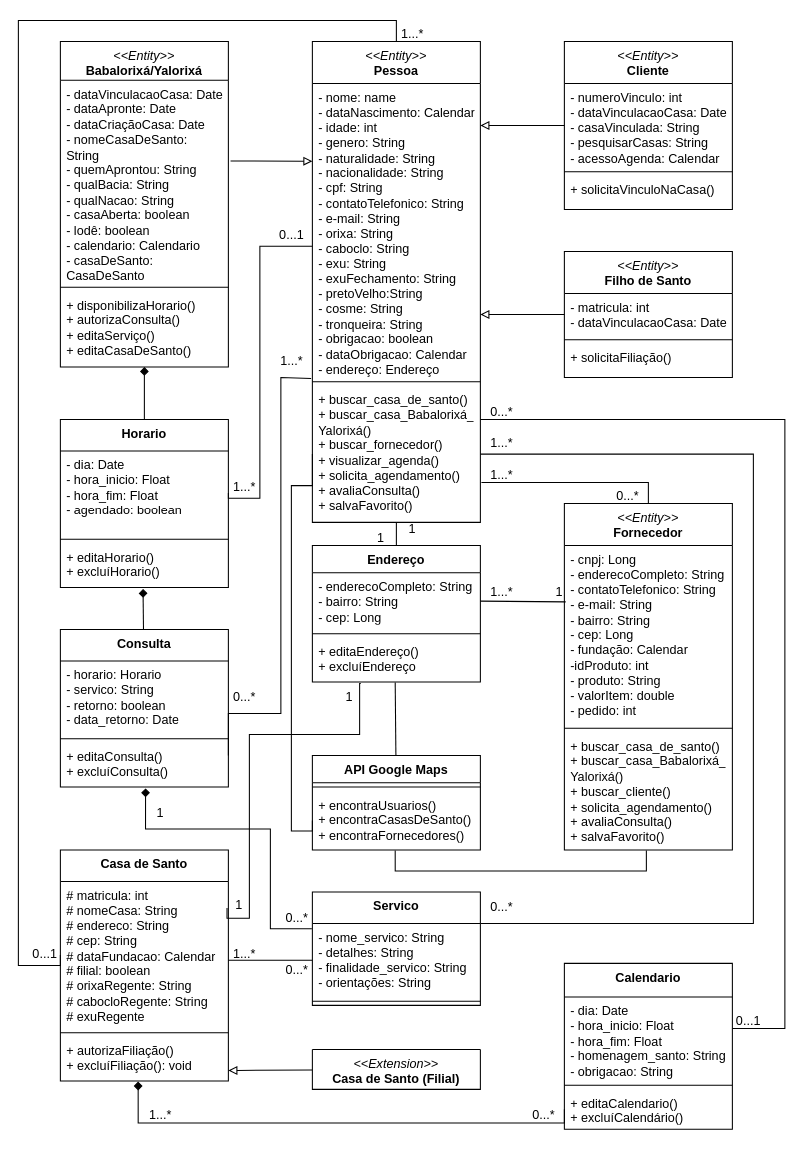
The draw.io diagram Diagrama sem nome.drawio in AlexCarvalhovisk/sarava, before the edit. Source tidied: cells renumbered, new cells numbered last; positions are measured from the earlier drawing's top-left corner, leaving out a move shared by most shapes. Both pictures are drawn from the tidied source at 105%, with x=0, y=0 at pixel (18, 18).
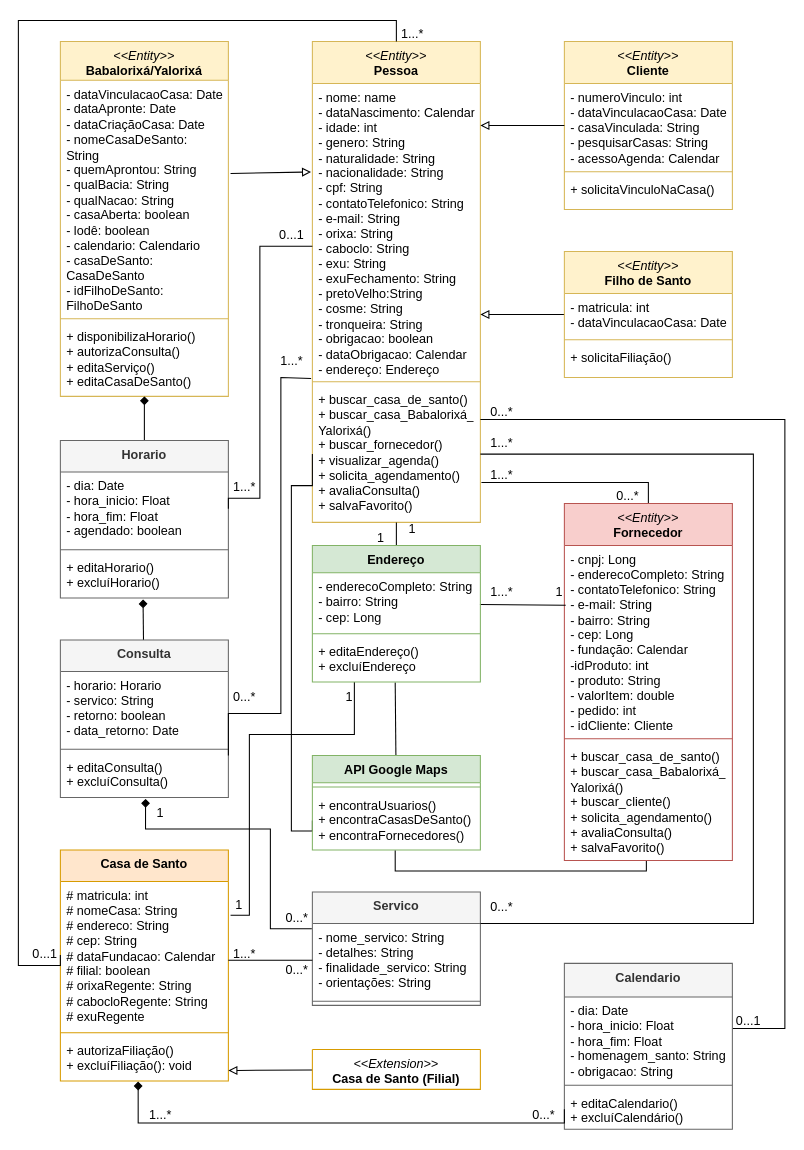
Above is the later version.

Unchanged cells that the change refers to:
```xml
<mxCell id="3" value="- nome: name&lt;br&gt;- dataNascimento: Calendar&lt;br&gt;- idade: int&lt;br&gt;- genero: String&lt;br&gt;- naturalidade: String&lt;br&gt;- nacionalidade: String&lt;br&gt;- cpf: String&lt;br&gt;- contatoTelefonico: String&lt;br&gt;- e-mail: String&lt;br&gt;- orixa: String&lt;br style=&quot;border-color: var(--border-color);&quot;&gt;- caboclo: String&lt;br style=&quot;border-color: var(--border-color);&quot;&gt;- exu: String&lt;br&gt;- exuFechamento: String&lt;br&gt;- pretoVelho:String&lt;br&gt;- cosme: String&lt;br&gt;- tronqueira: String&lt;br&gt;- obrigacao: boolean&lt;br&gt;- dataObrigacao: Calendar&lt;br&gt;- endereço: Endereço" style="text;strokeColor=none;fillColor=none;align=left;verticalAlign=top;spacingLeft=4;spacingRight=4;overflow=hidden;points=[[0,0.5],[1,0.5]];portConstraint=eastwest;whiteSpace=wrap;html=1;" parent="2" vertex="1">
  <mxGeometry y="40" width="160" height="280" as="geometry" />
</mxCell>
<mxCell id="26" value="# matricula: int&lt;br&gt;# nomeCasa: String&lt;br&gt;# endereco: String&lt;br&gt;# cep: String&lt;br&gt;# dataFundacao: Calendar&lt;br&gt;# filial: boolean&lt;br&gt;# orixaRegente: String&lt;br&gt;# cabocloRegente: String&lt;br&gt;# exuRegente" style="text;strokeColor=none;fillColor=none;align=left;verticalAlign=top;spacingLeft=4;spacingRight=4;overflow=hidden;points=[[0,0.5],[1,0.5]];portConstraint=eastwest;whiteSpace=wrap;html=1;" parent="25" vertex="1">
  <mxGeometry y="30" width="160" height="140" as="geometry" />
</mxCell>
<mxCell id="66" value="- enderecoCompleto: String&lt;br&gt;- bairro: String&lt;br&gt;- cep: Long" style="text;strokeColor=none;fillColor=none;align=left;verticalAlign=top;spacingLeft=4;spacingRight=4;overflow=hidden;points=[[0,0.5],[1,0.5]];portConstraint=eastwest;whiteSpace=wrap;html=1;" parent="65" vertex="1">
  <mxGeometry y="26" width="160" height="54" as="geometry" />
</mxCell>
<mxCell id="68" value="+ editaEndereço()&lt;br&gt;+ excluíEndereço" style="text;strokeColor=none;fillColor=none;align=left;verticalAlign=top;spacingLeft=4;spacingRight=4;overflow=hidden;points=[[0,0.5],[1,0.5]];portConstraint=eastwest;whiteSpace=wrap;html=1;" parent="65" vertex="1">
  <mxGeometry y="88" width="160" height="42" as="geometry" />
</mxCell>
<mxCell id="70" value="1...*" style="text;html=1;align=center;verticalAlign=middle;points=[];strokeColor=none;fillColor=none;" parent="1" vertex="1">
  <mxGeometry x="440" y="532" width="40" height="30" as="geometry" />
</mxCell>
```

Change to the diagram source:
```diff
@@
-    <mxCell id="2" value="&lt;i style=&quot;border-color: var(--border-color); font-weight: 400;&quot;&gt;&amp;lt;&amp;lt;Entity&amp;gt;&amp;gt;&lt;/i&gt;&lt;br&gt;Pessoa" style="swimlane;fontStyle=1;align=center;verticalAlign=top;horizontal=1;startSize=40;whiteSpace=wrap;html=1;" parent="1" vertex="1">
+    <mxCell id="2" value="&lt;i style=&quot;border-color: var(--border-color); font-weight: 400;&quot;&gt;&amp;lt;&amp;lt;Entity&amp;gt;&amp;gt;&lt;/i&gt;&lt;br&gt;Pessoa" style="swimlane;fontStyle=1;align=center;verticalAlign=top;horizontal=1;startSize=40;whiteSpace=wrap;html=1;fillColor=#fff2cc;strokeColor=#d6b656;" parent="1" vertex="1">
       <mxGeometry x="280" y="22" width="160" height="458" as="geometry" />
     </mxCell>
@@
-    <mxCell id="7" value="&lt;i style=&quot;border-color: var(--border-color); font-weight: 400;&quot;&gt;&amp;lt;&amp;lt;Entity&amp;gt;&amp;gt;&lt;/i&gt;&lt;br&gt;Filho de Santo" style="swimlane;fontStyle=1;align=center;verticalAlign=top;horizontal=1;startSize=40;whiteSpace=wrap;html=1;" parent="1" vertex="1">
+    <mxCell id="7" value="&lt;i style=&quot;border-color: var(--border-color); font-weight: 400;&quot;&gt;&amp;lt;&amp;lt;Entity&amp;gt;&amp;gt;&lt;/i&gt;&lt;br&gt;Filho de Santo" style="swimlane;fontStyle=1;align=center;verticalAlign=top;horizontal=1;startSize=40;whiteSpace=wrap;html=1;fillColor=#fff2cc;strokeColor=#d6b656;" parent="1" vertex="1">
       <mxGeometry x="520" y="222" width="160" height="120" as="geometry" />
     </mxCell>
@@
-    <mxCell id="11" value="&lt;i style=&quot;border-color: var(--border-color); font-weight: 400;&quot;&gt;&amp;lt;&amp;lt;Entity&amp;gt;&amp;gt;&lt;/i&gt;&lt;br&gt;Cliente" style="swimlane;fontStyle=1;align=center;verticalAlign=top;horizontal=1;startSize=40;whiteSpace=wrap;html=1;" parent="1" vertex="1">
+    <mxCell id="11" value="&lt;i style=&quot;border-color: var(--border-color); font-weight: 400;&quot;&gt;&amp;lt;&amp;lt;Entity&amp;gt;&amp;gt;&lt;/i&gt;&lt;br&gt;Cliente" style="swimlane;fontStyle=1;align=center;verticalAlign=top;horizontal=1;startSize=40;whiteSpace=wrap;html=1;fillColor=#fff2cc;strokeColor=#d6b656;" parent="1" vertex="1">
       <mxGeometry x="520" y="22" width="160" height="160" as="geometry" />
     </mxCell>
@@
-    <mxCell id="16" value="&lt;i style=&quot;border-color: var(--border-color); font-weight: 400;&quot;&gt;&amp;lt;&amp;lt;Entity&amp;gt;&amp;gt;&lt;/i&gt;&lt;br&gt;Fornecedor" style="swimlane;fontStyle=1;align=center;verticalAlign=top;horizontal=1;startSize=40;whiteSpace=wrap;html=1;" parent="1" vertex="1">
-      <mxGeometry x="520" y="462" width="160" height="330" as="geometry" />
+    <mxCell id="16" value="&lt;i style=&quot;border-color: var(--border-color); font-weight: 400;&quot;&gt;&amp;lt;&amp;lt;Entity&amp;gt;&amp;gt;&lt;/i&gt;&lt;br&gt;Fornecedor" style="swimlane;fontStyle=1;align=center;verticalAlign=top;horizontal=1;startSize=40;whiteSpace=wrap;html=1;fillColor=#f8cecc;strokeColor=#b85450;" parent="1" vertex="1">
+      <mxGeometry x="520" y="462" width="160" height="340" as="geometry" />
     </mxCell>
-    <mxCell id="17" value="- cnpj: Long&lt;br&gt;- enderecoCompleto: String&lt;br&gt;- contatoTelefonico: String&lt;br&gt;- e-mail: String&lt;br&gt;- bairro: String&lt;br style=&quot;border-color: var(--border-color);&quot;&gt;- cep: Long&lt;br&gt;- fundação: Calendar&lt;br&gt;-idProduto: int&lt;br&gt;- produto: String&lt;br&gt;- valorItem: double&lt;br&gt;- pedido: int" style="text;strokeColor=none;fillColor=none;align=left;verticalAlign=top;spacingLeft=4;spacingRight=4;overflow=hidden;points=[[0,0.5],[1,0.5]];portConstraint=eastwest;whiteSpace=wrap;html=1;" parent="16" vertex="1">
-      <mxGeometry y="40" width="160" height="170" as="geometry" />
+    <mxCell id="17" value="- cnpj: Long&lt;br&gt;- enderecoCompleto: String&lt;br&gt;- contatoTelefonico: String&lt;br&gt;- e-mail: String&lt;br&gt;- bairro: String&lt;br style=&quot;border-color: var(--border-color);&quot;&gt;- cep: Long&lt;br&gt;- fundação: Calendar&lt;br&gt;-idProduto: int&lt;br&gt;- produto: String&lt;br&gt;- valorItem: double&lt;br&gt;- pedido: int&lt;br&gt;- idCliente: Cliente" style="text;strokeColor=none;fillColor=none;align=left;verticalAlign=top;spacingLeft=4;spacingRight=4;overflow=hidden;points=[[0,0.5],[1,0.5]];portConstraint=eastwest;whiteSpace=wrap;html=1;" parent="16" vertex="1">
+      <mxGeometry y="40" width="160" height="180" as="geometry" />
     </mxCell>
     <mxCell id="18" style="line;strokeWidth=1;fillColor=none;align=left;verticalAlign=middle;spacingTop=-1;spacingLeft=3;spacingRight=3;labelPosition=right;strokeColor=inherit;" parent="16" vertex="1">
-      <mxGeometry y="210" width="160" height="8" as="geometry" />
+      <mxGeometry y="220" width="160" height="8" as="geometry" />
     </mxCell>
     <mxCell id="19" value="+ buscar_casa_de_santo()&lt;br&gt;+ buscar_casa_Babalorixá_&lt;br&gt;Yalorixá()&lt;br&gt;+ buscar_cliente()&lt;br&gt;+ solicita_agendamento()&lt;br&gt;+ avaliaConsulta()&lt;br&gt;+ salvaFavorito()" style="text;strokeColor=none;fillColor=none;align=left;verticalAlign=top;spacingLeft=4;spacingRight=4;overflow=hidden;points=[[0,0.5],[1,0.5]];portConstraint=eastwest;whiteSpace=wrap;html=1;" parent="16" vertex="1">
-      <mxGeometry y="218" width="160" height="112" as="geometry" />
+      <mxGeometry y="228" width="160" height="112" as="geometry" />
     </mxCell>
-    <mxCell id="20" style="rounded=0;jettySize=auto;html=1;endArrow=block;endFill=0;exitX=1.013;exitY=0.398;exitDx=0;exitDy=0;exitPerimeter=0;" parent="1" edge="1" source="22">
-      <mxGeometry relative="1" as="geometry">
-        <mxPoint x="280" y="136" as="targetPoint" />
-      </mxGeometry>
+    <mxCell id="20" style="rounded=0;jettySize=auto;html=1;endArrow=block;endFill=0;exitX=1.013;exitY=0.398;exitDx=0;exitDy=0;exitPerimeter=0;entryX=-0.008;entryY=0.301;entryDx=0;entryDy=0;entryPerimeter=0;" parent="1" edge="1" source="22" target="3">
+      <mxGeometry relative="1" as="geometry" />
     </mxCell>
-    <mxCell id="21" value="&lt;i style=&quot;font-weight: normal;&quot;&gt;&amp;lt;&amp;lt;Entity&amp;gt;&amp;gt;&lt;br&gt;&lt;/i&gt;Babalorixá/Yalorixá" style="swimlane;fontStyle=1;align=center;verticalAlign=top;horizontal=1;startSize=37;whiteSpace=wrap;html=1;" parent="1" vertex="1">
-      <mxGeometry x="40" y="22" width="160" height="310" as="geometry" />
+    <mxCell id="21" value="&lt;i style=&quot;font-weight: normal;&quot;&gt;&amp;lt;&amp;lt;Entity&amp;gt;&amp;gt;&lt;br&gt;&lt;/i&gt;Babalorixá/Yalorixá" style="swimlane;fontStyle=1;align=center;verticalAlign=top;horizontal=1;startSize=37;whiteSpace=wrap;html=1;fillColor=#fff2cc;strokeColor=#d6b656;" parent="1" vertex="1">
+      <mxGeometry x="40" y="22" width="160" height="338" as="geometry" />
     </mxCell>
-    <mxCell id="22" value="- dataVinculacaoCasa: Date&lt;br style=&quot;border-color: var(--border-color);&quot;&gt;- dataApronte: Date&lt;br&gt;- dataCriaçãoCasa: Date&lt;br&gt;- nomeCasaDeSanto: String&lt;br&gt;- quemAprontou: String&lt;br&gt;- qualBacia: String&lt;br&gt;- qualNacao: String&lt;br&gt;- casaAberta: boolean&lt;br&gt;- lodê: boolean&lt;br&gt;- calendario: Calendario&lt;br&gt;- casaDeSanto: CasaDeSanto" style="text;strokeColor=none;fillColor=none;align=left;verticalAlign=top;spacingLeft=4;spacingRight=4;overflow=hidden;points=[[0,0.5],[1,0.5]];portConstraint=eastwest;whiteSpace=wrap;html=1;" parent="21" vertex="1">
-      <mxGeometry y="37" width="160" height="193" as="geometry" />
+    <mxCell id="22" value="- dataVinculacaoCasa: Date&lt;br style=&quot;border-color: var(--border-color);&quot;&gt;- dataApronte: Date&lt;br&gt;- dataCriaçãoCasa: Date&lt;br&gt;- nomeCasaDeSanto: String&lt;br&gt;- quemAprontou: String&lt;br&gt;- qualBacia: String&lt;br&gt;- qualNacao: String&lt;br&gt;- casaAberta: boolean&lt;br&gt;- lodê: boolean&lt;br&gt;- calendario: Calendario&lt;br&gt;- casaDeSanto: CasaDeSanto&lt;br&gt;- idFilhoDeSanto: FilhoDeSanto" style="text;strokeColor=none;fillColor=none;align=left;verticalAlign=top;spacingLeft=4;spacingRight=4;overflow=hidden;points=[[0,0.5],[1,0.5]];portConstraint=eastwest;whiteSpace=wrap;html=1;" parent="21" vertex="1">
+      <mxGeometry y="37" width="160" height="223" as="geometry" />
     </mxCell>
     <mxCell id="23" style="line;strokeWidth=1;fillColor=none;align=left;verticalAlign=middle;spacingTop=-1;spacingLeft=3;spacingRight=3;labelPosition=right;strokeColor=inherit;" parent="21" vertex="1">
-      <mxGeometry y="230" width="160" height="8" as="geometry" />
+      <mxGeometry y="260" width="160" height="8" as="geometry" />
     </mxCell>
     <mxCell id="24" value="+ disponibilizaHorario()&lt;br&gt;+ autorizaConsulta()&lt;br&gt;+ editaServiço()&lt;br&gt;+ editaCasaDeSanto()" style="text;strokeColor=none;fillColor=none;align=left;verticalAlign=top;spacingLeft=4;spacingRight=4;overflow=hidden;points=[[0,0.5],[1,0.5]];portConstraint=eastwest;whiteSpace=wrap;html=1;" parent="21" vertex="1">
-      <mxGeometry y="238" width="160" height="72" as="geometry" />
+      <mxGeometry y="268" width="160" height="70" as="geometry" />
     </mxCell>
-    <mxCell id="25" value="Casa de Santo" style="swimlane;fontStyle=1;align=center;verticalAlign=top;horizontal=1;startSize=30;whiteSpace=wrap;html=1;" parent="1" vertex="1">
+    <mxCell id="25" value="Casa de Santo" style="swimlane;fontStyle=1;align=center;verticalAlign=top;horizontal=1;startSize=30;whiteSpace=wrap;html=1;fillColor=#ffe6cc;strokeColor=#d79b00;" parent="1" vertex="1">
       <mxGeometry x="40" y="792" width="160" height="220" as="geometry" />
     </mxCell>
@@
-    <mxCell id="30" value="&lt;span style=&quot;font-weight: normal;&quot;&gt;&lt;i&gt;&amp;lt;&amp;lt;Extension&amp;gt;&amp;gt;&lt;/i&gt;&lt;/span&gt;&lt;br&gt;Casa de Santo (Filial)" style="swimlane;fontStyle=1;align=center;verticalAlign=top;horizontal=1;startSize=0;whiteSpace=wrap;html=1;" parent="1" vertex="1" collapsed="1">
+    <mxCell id="30" value="&lt;span style=&quot;font-weight: normal;&quot;&gt;&lt;i&gt;&amp;lt;&amp;lt;Extension&amp;gt;&amp;gt;&lt;/i&gt;&lt;/span&gt;&lt;br&gt;Casa de Santo (Filial)" style="swimlane;fontStyle=1;align=center;verticalAlign=top;horizontal=1;startSize=0;whiteSpace=wrap;html=1;fillColor=#ffe6cc;strokeColor=#d79b00;" parent="1" vertex="1" collapsed="1">
       <mxGeometry x="280" y="982" width="160" height="38" as="geometry" />
     </mxCell>
@@
-    <mxCell id="32" style="rounded=0;jettySize=auto;html=1;endArrow=diamond;endFill=1;" parent="1" edge="1" source="33">
-      <mxGeometry relative="1" as="geometry">
-        <mxPoint x="120" y="332" as="targetPoint" />
-      </mxGeometry>
+    <mxCell id="32" style="rounded=0;jettySize=auto;html=1;endArrow=diamond;endFill=1;" parent="1" edge="1" source="33" target="24">
+      <mxGeometry relative="1" as="geometry" />
     </mxCell>
-    <mxCell id="33" value="Horario" style="swimlane;fontStyle=1;align=center;verticalAlign=top;horizontal=1;startSize=30;whiteSpace=wrap;html=1;" parent="1" vertex="1">
-      <mxGeometry x="40" y="382" width="160" height="160" as="geometry" />
+    <mxCell id="33" value="Horario" style="swimlane;fontStyle=1;align=center;verticalAlign=top;horizontal=1;startSize=30;whiteSpace=wrap;html=1;fillColor=#f5f5f5;fontColor=#333333;strokeColor=#666666;" parent="1" vertex="1">
+      <mxGeometry x="40" y="402" width="160" height="150" as="geometry" />
     </mxCell>
     <mxCell id="34" value="- dia: Date&lt;br&gt;-&amp;nbsp;hora_inicio: Float&lt;br&gt;-&amp;nbsp;hora_fim: Float&lt;br&gt;-&amp;nbsp;agendado: boolean" style="text;strokeColor=none;fillColor=none;align=left;verticalAlign=top;spacingLeft=4;spacingRight=4;overflow=hidden;points=[[0,0.5],[1,0.5]];portConstraint=eastwest;whiteSpace=wrap;html=1;" parent="33" vertex="1">
-      <mxGeometry y="30" width="160" height="80" as="geometry" />
+      <mxGeometry y="30" width="160" height="70" as="geometry" />
     </mxCell>
     <mxCell id="35" style="line;strokeWidth=1;fillColor=none;align=left;verticalAlign=middle;spacingTop=-1;spacingLeft=3;spacingRight=3;labelPosition=right;strokeColor=inherit;" parent="33" vertex="1">
-      <mxGeometry y="110" width="160" height="8" as="geometry" />
+      <mxGeometry y="100" width="160" height="8" as="geometry" />
     </mxCell>
     <mxCell id="36" value="+ editaHorario()&lt;br&gt;+ excluíHorario()" style="text;strokeColor=none;fillColor=none;align=left;verticalAlign=top;spacingLeft=4;spacingRight=4;overflow=hidden;points=[[0,0.5],[1,0.5]];portConstraint=eastwest;whiteSpace=wrap;html=1;" parent="33" vertex="1">
-      <mxGeometry y="118" width="160" height="42" as="geometry" />
+      <mxGeometry y="108" width="160" height="42" as="geometry" />
     </mxCell>
@@
-    <mxCell id="38" value="Consulta" style="swimlane;fontStyle=1;align=center;verticalAlign=top;horizontal=1;startSize=30;whiteSpace=wrap;html=1;" parent="1" vertex="1">
-      <mxGeometry x="40" y="582" width="160" height="150" as="geometry" />
+    <mxCell id="38" value="Consulta" style="swimlane;fontStyle=1;align=center;verticalAlign=top;horizontal=1;startSize=30;whiteSpace=wrap;html=1;fillColor=#f5f5f5;fontColor=#333333;strokeColor=#666666;" parent="1" vertex="1">
+      <mxGeometry x="40" y="592" width="160" height="150" as="geometry" />
     </mxCell>
@@
-    <mxCell id="43" value="Calendario" style="swimlane;fontStyle=1;align=center;verticalAlign=top;horizontal=1;startSize=32;whiteSpace=wrap;html=1;" parent="1" vertex="1">
+    <mxCell id="43" value="Calendario" style="swimlane;fontStyle=1;align=center;verticalAlign=top;horizontal=1;startSize=32;whiteSpace=wrap;html=1;fillColor=#f5f5f5;fontColor=#333333;strokeColor=#666666;" parent="1" vertex="1">
       <mxGeometry x="520" y="900" width="160" height="158" as="geometry" />
     </mxCell>
@@
-    <mxCell id="48" value="Servico" style="swimlane;fontStyle=1;align=center;verticalAlign=top;horizontal=1;startSize=30;whiteSpace=wrap;html=1;" parent="1" vertex="1">
+    <mxCell id="48" value="Servico" style="swimlane;fontStyle=1;align=center;verticalAlign=top;horizontal=1;startSize=30;whiteSpace=wrap;html=1;fillColor=#f5f5f5;fontColor=#333333;strokeColor=#666666;" parent="1" vertex="1">
       <mxGeometry x="280" y="832" width="160" height="108" as="geometry" />
     </mxCell>
@@
-    <mxCell id="58" value="API Google Maps" style="swimlane;fontStyle=1;align=center;verticalAlign=top;horizontal=1;startSize=26;whiteSpace=wrap;html=1;" parent="1" vertex="1">
+    <mxCell id="58" value="API Google Maps" style="swimlane;fontStyle=1;align=center;verticalAlign=top;horizontal=1;startSize=26;whiteSpace=wrap;html=1;fillColor=#d5e8d4;strokeColor=#82b366;" parent="1" vertex="1">
       <mxGeometry x="280" y="702" width="160" height="90" as="geometry" />
     </mxCell>
@@
-    <mxCell id="63" style="rounded=0;jettySize=auto;html=1;entryX=1;entryY=0.5;entryDx=0;entryDy=0;endArrow=none;endFill=0;exitX=0.008;exitY=0.316;exitDx=0;exitDy=0;exitPerimeter=0;" parent="1" edge="1" source="17" target="66">
+    <mxCell id="63" style="rounded=0;jettySize=auto;html=1;entryX=-0.01;entryY=0.873;entryDx=0;entryDy=0;endArrow=none;endFill=0;exitX=0.008;exitY=0.316;exitDx=0;exitDy=0;exitPerimeter=0;entryPerimeter=0;" parent="1" edge="1" source="17" target="70">
       <mxGeometry relative="1" as="geometry" />
     </mxCell>
-    <mxCell id="64" style="edgeStyle=orthogonalEdgeStyle;rounded=0;jettySize=auto;html=1;endArrow=none;endFill=0;exitX=0.288;exitY=1.033;exitDx=0;exitDy=0;exitPerimeter=0;entryX=0.992;entryY=0.181;entryDx=0;entryDy=0;entryPerimeter=0;" parent="1" edge="1" source="68" target="26">
-      <mxGeometry relative="1" as="geometry">
-        <Array as="points">
-          <mxPoint x="325" y="633" />
-          <mxPoint x="325" y="682" />
-          <mxPoint x="220" y="682" />
-          <mxPoint x="220" y="857" />
-        </Array>
-      </mxGeometry>
-    </mxCell>
+    <mxCell id="94" style="edgeStyle=orthogonalEdgeStyle;rounded=0;jettySize=auto;html=1;entryX=1.013;entryY=0.23;entryDx=0;entryDy=0;entryPerimeter=0;endArrow=none;endFill=0;" parent="1" edge="1" source="65" target="26">
+      <mxGeometry relative="1" as="geometry">
+        <Array as="points">
+          <mxPoint x="320" y="682" />
+          <mxPoint x="220" y="682" />
+          <mxPoint x="220" y="854" />
+        </Array>
+      </mxGeometry>
+    </mxCell>
-    <mxCell id="65" value="Endereço" style="swimlane;fontStyle=1;align=center;verticalAlign=top;horizontal=1;startSize=26;whiteSpace=wrap;html=1;" parent="1" vertex="1">
+    <mxCell id="65" value="Endereço" style="swimlane;fontStyle=1;align=center;verticalAlign=top;horizontal=1;startSize=26;whiteSpace=wrap;html=1;fillColor=#d5e8d4;strokeColor=#82b366;" parent="1" vertex="1">
       <mxGeometry x="280" y="502" width="160" height="130" as="geometry" />
     </mxCell>
```
